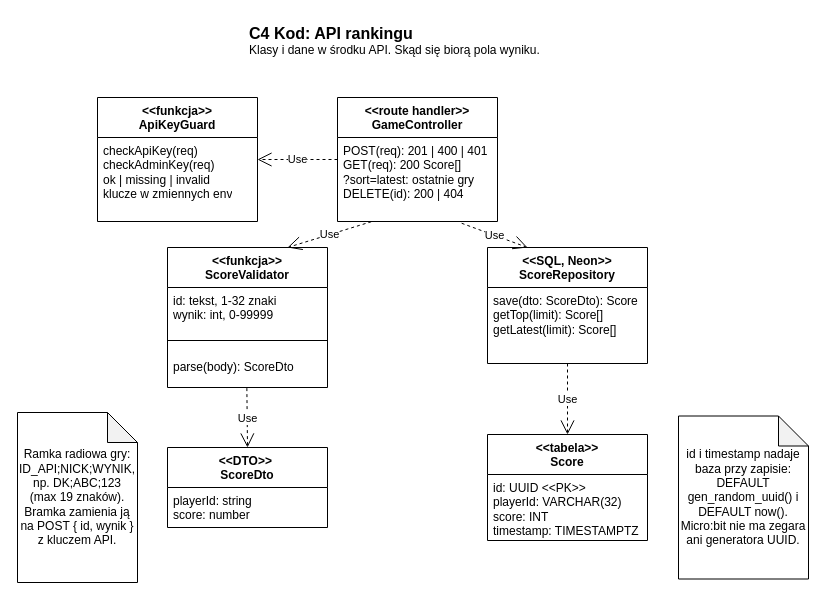
Above: page "C4 Kod API" (4 of 4) of docs/c4-ranking.drawio in Damikk19/Sem5_JiPP (draw.io), before the change. Source tidied: cells renumbered, new cells numbered last; positions are measured from the earlier drawing's top-left corner, leaving out a move shared by most shapes. Both pictures are drawn from the tidied source at 100%, with x=0, y=0 at pixel (17, 17).
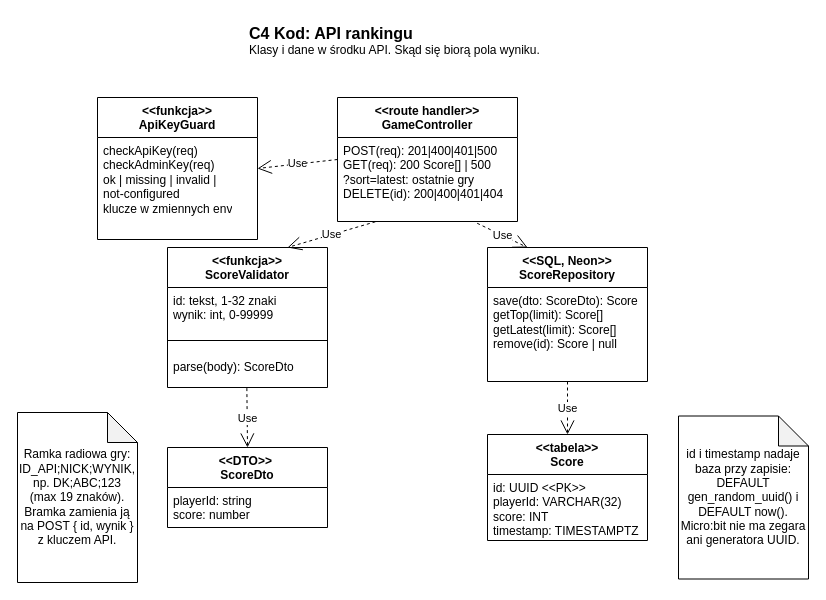
After the change.

Change to the diagram source:
```diff
@@
     <mxCell id="3" value="&lt;div&gt;&amp;lt;&amp;lt;route handler&amp;gt;&amp;gt;&lt;/div&gt;&lt;div&gt;GameController&lt;/div&gt;" style="swimlane;fontStyle=1;align=center;verticalAlign=top;horizontal=1;startSize=40;whiteSpace=wrap;html=1;" parent="1" vertex="1">
-      <mxGeometry x="320" y="80" width="160" height="124" as="geometry" />
+      <mxGeometry x="320" y="80" width="180" height="124" as="geometry" />
     </mxCell>
-    <mxCell id="4" value="&lt;div&gt;POST(req): 201 | 400 | 401&lt;/div&gt;&lt;div&gt;GET(req): 200 Score[]&lt;/div&gt;&lt;div&gt;?sort=latest: ostatnie gry&lt;/div&gt;&lt;div&gt;DELETE(id): 200 | 404&lt;/div&gt;" style="text;strokeColor=none;fillColor=none;align=left;verticalAlign=top;spacingLeft=4;spacingRight=4;overflow=hidden;points=[[0,0.5],[1,0.5]];portConstraint=eastwest;whiteSpace=wrap;html=1;" parent="3" vertex="1">
-      <mxGeometry y="40" width="160" height="84" as="geometry" />
+    <mxCell id="4" value="&lt;div&gt;POST(req): 201|400|401|500&lt;/div&gt;&lt;div&gt;GET(req): 200 Score[] | 500&lt;/div&gt;&lt;div&gt;?sort=latest: ostatnie gry&lt;/div&gt;&lt;div&gt;DELETE(id): 200|400|401|404&lt;/div&gt;" style="text;strokeColor=none;fillColor=none;align=left;verticalAlign=top;spacingLeft=4;spacingRight=4;overflow=hidden;points=[[0,0.5],[1,0.5]];portConstraint=eastwest;whiteSpace=wrap;html=1;" parent="3" vertex="1">
+      <mxGeometry y="40" width="180" height="84" as="geometry" />
     </mxCell>
     <mxCell id="5" value="&lt;div&gt;&amp;lt;&amp;lt;funkcja&amp;gt;&amp;gt;&lt;/div&gt;&lt;div&gt;ApiKeyGuard&lt;/div&gt;" style="swimlane;fontStyle=1;align=center;verticalAlign=top;horizontal=1;startSize=40;whiteSpace=wrap;html=1;" parent="1" vertex="1">
-      <mxGeometry x="80" y="80" width="160" height="124" as="geometry" />
+      <mxGeometry x="80" y="80" width="160" height="142" as="geometry" />
     </mxCell>
-    <mxCell id="6" value="&lt;div&gt;checkApiKey(req)&lt;/div&gt;&lt;div&gt;checkAdminKey(req)&lt;/div&gt;&lt;div&gt;ok | missing | invalid&lt;/div&gt;&lt;div&gt;klucze w zmiennych env&lt;/div&gt;" style="text;strokeColor=none;fillColor=none;align=left;verticalAlign=top;spacingLeft=4;spacingRight=4;overflow=hidden;whiteSpace=wrap;html=1;" parent="5" vertex="1">
-      <mxGeometry y="40" width="160" height="84" as="geometry" />
+    <mxCell id="6" value="&lt;div&gt;checkApiKey(req)&lt;/div&gt;&lt;div&gt;checkAdminKey(req)&lt;/div&gt;&lt;div&gt;ok | missing | invalid |&lt;/div&gt;&lt;div&gt;not-configured&lt;/div&gt;&lt;div&gt;klucze w zmiennych env&lt;/div&gt;" style="text;strokeColor=none;fillColor=none;align=left;verticalAlign=top;spacingLeft=4;spacingRight=4;overflow=hidden;whiteSpace=wrap;html=1;" parent="5" vertex="1">
+      <mxGeometry y="40" width="160" height="102" as="geometry" />
     </mxCell>
@@
     <mxCell id="12" value="&lt;div&gt;&amp;lt;&amp;lt;SQL, Neon&amp;gt;&amp;gt;&lt;/div&gt;&lt;div&gt;ScoreRepository&lt;/div&gt;" style="swimlane;fontStyle=1;align=center;verticalAlign=top;horizontal=1;startSize=40;whiteSpace=wrap;html=1;" parent="1" vertex="1">
-      <mxGeometry x="470" y="230" width="160" height="116" as="geometry" />
+      <mxGeometry x="470" y="230" width="160" height="134" as="geometry" />
     </mxCell>
-    <mxCell id="13" value="&lt;div&gt;save(dto: ScoreDto): Score&lt;/div&gt;&lt;div&gt;getTop(limit): Score[]&lt;/div&gt;&lt;div&gt;getLatest(limit): Score[]&lt;/div&gt;" style="text;strokeColor=none;fillColor=none;align=left;verticalAlign=top;spacingLeft=4;spacingRight=4;overflow=hidden;whiteSpace=wrap;html=1;" parent="12" vertex="1">
-      <mxGeometry y="40" width="160" height="76" as="geometry" />
+    <mxCell id="13" value="&lt;div&gt;save(dto: ScoreDto): Score&lt;/div&gt;&lt;div&gt;getTop(limit): Score[]&lt;/div&gt;&lt;div&gt;getLatest(limit): Score[]&lt;/div&gt;&lt;div&gt;remove(id): Score | null&lt;/div&gt;" style="text;strokeColor=none;fillColor=none;align=left;verticalAlign=top;spacingLeft=4;spacingRight=4;overflow=hidden;whiteSpace=wrap;html=1;" parent="12" vertex="1">
+      <mxGeometry y="40" width="160" height="94" as="geometry" />
     </mxCell>
```
